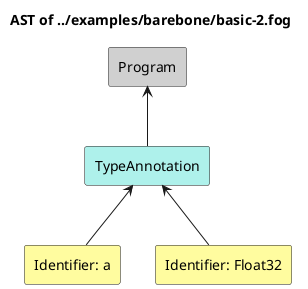
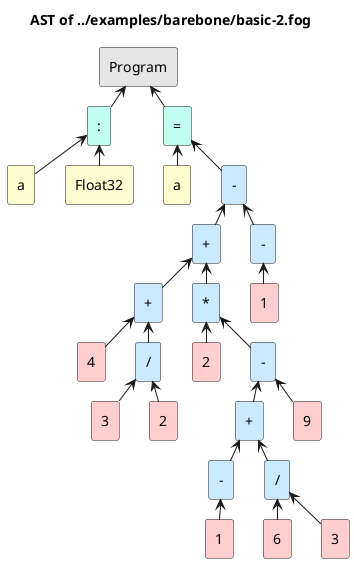
@startuml AST of ../examples/barebone/basic-2.fog
title AST of ../examples/barebone/basic-2.fog
- rectangle "Program" as n0 #d0d0d0
- rectangle "TypeAnnotation" as n1 #aef1eb
- rectangle "Identifier: a" as n2 #fffc9f
- rectangle "Identifier: Float32" as n3 #fffc9f
+ skinparam nodesep 30
+ skinparam ranksep 20
+ rectangle "Program" as n0 #e5e5e5
+ rectangle ":" as n1 #c2fff2
+ rectangle "a" as n2 #fffdd0
+ rectangle "Float32" as n3 #fffdd0
n1 <-- n2
n1 <-- n3
n0 <-- n1
+ rectangle "=" as n4 #c2fff2
+ rectangle "a" as n5 #fffdd0
+ rectangle "-" as n6 #cbe9ff
+ rectangle "+" as n7 #cbe9ff
+ rectangle "+" as n8 #cbe9ff
+ rectangle "4" as n9 #ffcece
+ n8 <-- n9
+ rectangle "/" as n10 #cbe9ff
+ rectangle "3" as n11 #ffcece
+ n10 <-- n11
+ rectangle "2" as n12 #ffcece
+ n10 <-- n12
+ n8 <-- n10
+ n7 <-- n8
+ rectangle "*" as n13 #cbe9ff
+ rectangle "2" as n14 #ffcece
+ n13 <-- n14
+ rectangle "-" as n15 #cbe9ff
+ rectangle "+" as n16 #cbe9ff
+ rectangle "-" as n17 #cbe9ff
+ rectangle "1" as n18 #ffcece
+ n17 <-- n18
+ n16 <-- n17
+ rectangle "/" as n19 #cbe9ff
+ rectangle "6" as n20 #ffcece
+ n19 <-- n20
+ rectangle "3" as n21 #ffcece
+ n19 <-- n21
+ n16 <-- n19
+ n15 <-- n16
+ rectangle "9" as n22 #ffcece
+ n15 <-- n22
+ n13 <-- n15
+ n7 <-- n13
+ n6 <-- n7
+ rectangle "-" as n23 #cbe9ff
+ rectangle "1" as n24 #ffcece
+ n23 <-- n24
+ n6 <-- n23
+ n4 <-- n5
+ n4 <-- n6
+ n0 <-- n4
@enduml
